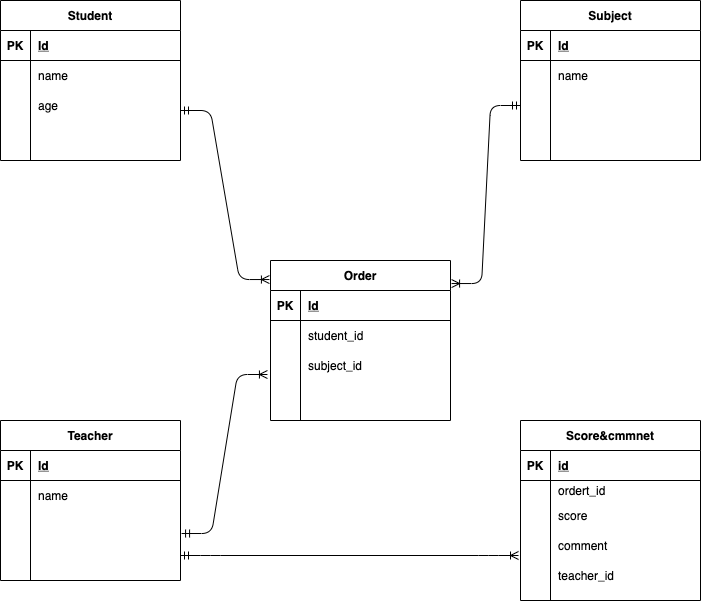
The draw.io diagram 202111Hori.drawio.png in AitoHori/Database, before a commit. Source tidied: cells renumbered, new cells last; positions are measured from the earlier drawing's top-left corner, leaving out a move shared by most shapes.
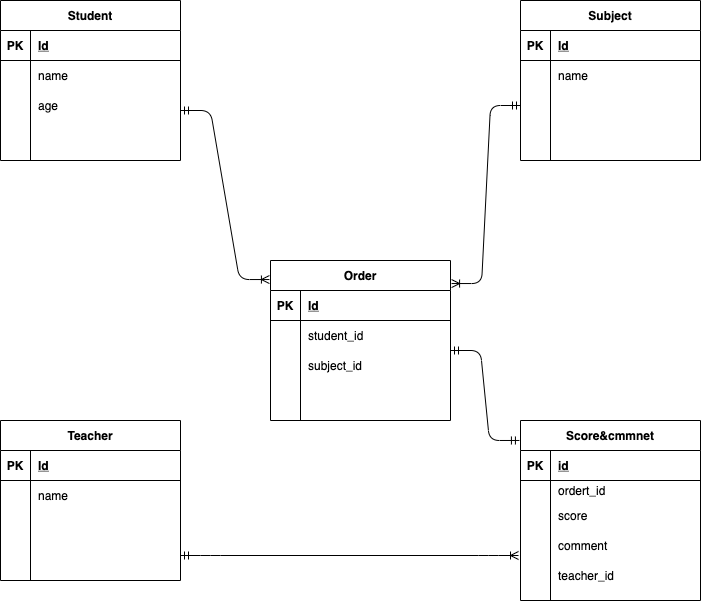
Later version of the same file.

Diff of the diagram source:
```diff
@@ -208,13 +208,15 @@
     <mxCell id="69" style="edgeStyle=entityRelationEdgeStyle;fontSize=12;html=1;endArrow=ERoneToMany;startArrow=ERmandOne;entryX=1.006;entryY=0.144;entryDx=0;entryDy=0;exitX=0;exitY=0.5;exitDx=0;exitDy=0;entryPerimeter=0;" parent="1" edge="1" source="22" target="54">
       <mxGeometry relative="1" as="geometry" />
     </mxCell>
-    <mxCell id="70" style="edgeStyle=entityRelationEdgeStyle;fontSize=12;html=1;endArrow=ERoneToMany;startArrow=ERmandOne;exitX=1.006;exitY=0.767;exitDx=0;exitDy=0;exitPerimeter=0;entryX=-0.017;entryY=0.8;entryDx=0;entryDy=0;entryPerimeter=0;" parent="1" edge="1" source="35" target="61">
-      <mxGeometry relative="1" as="geometry" />
-    </mxCell>
     <mxCell id="71" style="edgeStyle=entityRelationEdgeStyle;fontSize=12;html=1;endArrow=ERoneToMany;startArrow=ERmandOne;exitX=1;exitY=0.5;exitDx=0;exitDy=0;" parent="1" edge="1" source="38">
       <mxGeometry relative="1" as="geometry">
         <mxPoint x="518" y="555" as="targetPoint" />
       </mxGeometry>
     </mxCell>
+    <mxCell id="72" style="edgeStyle=entityRelationEdgeStyle;fontSize=12;html=1;endArrow=ERmandOne;startArrow=ERmandOne;entryX=-0.006;entryY=0.111;entryDx=0;entryDy=0;entryPerimeter=0;" parent="1" edge="1" target="41">
+      <mxGeometry relative="1" as="geometry">
+        <mxPoint x="450" y="350" as="sourcePoint" />
+      </mxGeometry>
+    </mxCell>
   </root>
 </mxGraphModel>
```
